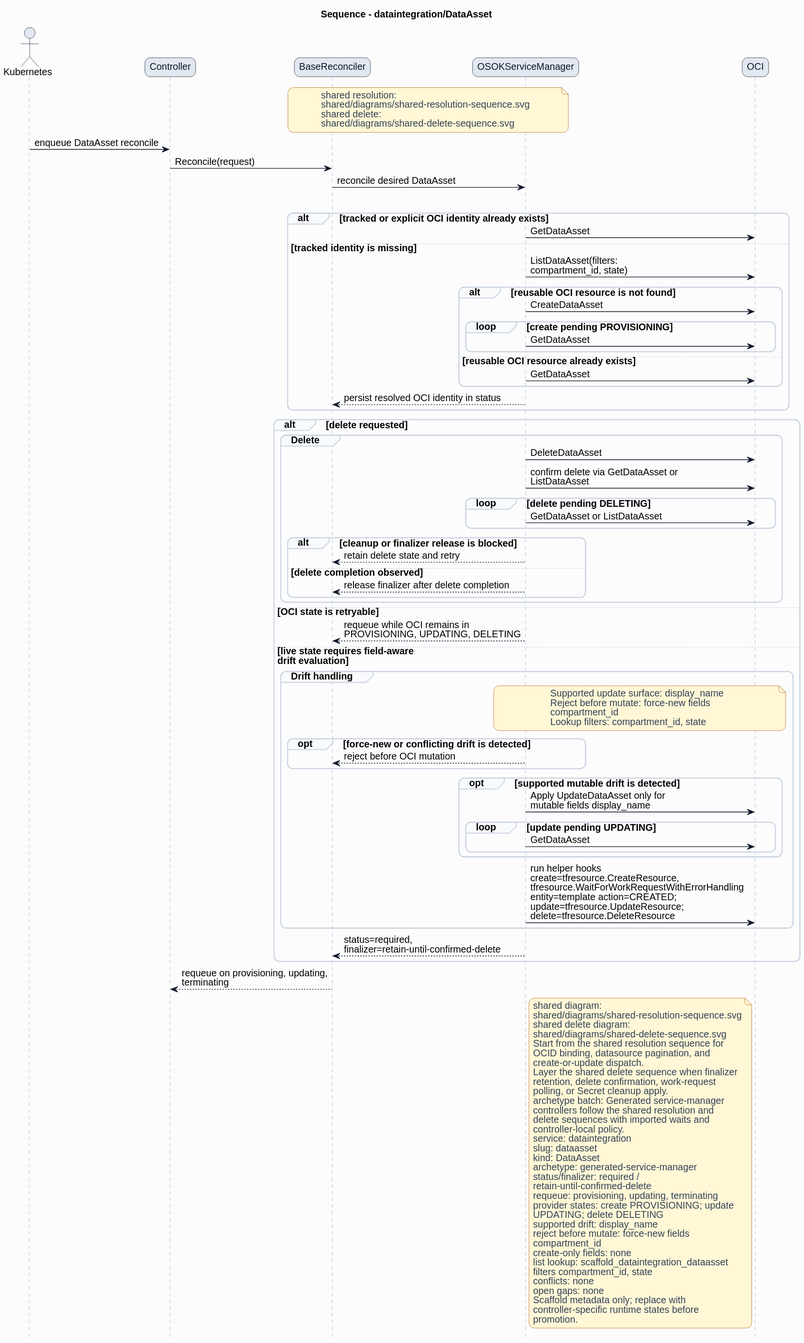
HaoyL666/oci-service-operator keeps this PlantUML diagram as formal/controllers/dataintegration/dataasset/diagrams/sequence.svg. Above is the earlier version. Source of this version:
```plantuml
@startuml
skinparam shadowing false
skinparam backgroundColor #fcfcfd
skinparam defaultFontName Helvetica
skinparam defaultFontSize 14
skinparam arrowColor #0f172a
skinparam noteBackgroundColor #fff7d6
skinparam noteBorderColor #b45309
skinparam noteFontColor #334155
skinparam roundcorner 16
title Sequence - dataintegration/DataAsset
hide footbox
skinparam sequence {
  actorBorderColor #0f172a
  actorBackgroundColor #e2e8f0
  participantBorderColor #0f172a
  participantBackgroundColor #e2e8f0
  participantFontColor #0f172a
  lifeLineBorderColor #94a3b8
  groupBorderColor #cbd5e1
  groupBackgroundColor #f8fafc
}
actor Kubernetes
participant Controller
participant BaseReconciler
participant "OSOKServiceManager" as ServiceManager
participant OCI
note over BaseReconciler,ServiceManager
shared resolution:
shared/diagrams/shared-resolution-sequence.svg
shared delete:
shared/diagrams/shared-delete-sequence.svg
end note
Kubernetes -> Controller: enqueue DataAsset reconcile
Controller -> BaseReconciler: Reconcile(request)
BaseReconciler -> ServiceManager: reconcile desired DataAsset
group Lookup and bind
alt tracked or explicit OCI identity already exists
ServiceManager -> OCI: GetDataAsset
else tracked identity is missing
ServiceManager -> OCI: ListDataAsset(filters:\ncompartment_id, state)
alt reusable OCI resource is not found
ServiceManager -> OCI: CreateDataAsset
loop create pending PROVISIONING
ServiceManager -> OCI: GetDataAsset
end
else reusable OCI resource already exists
ServiceManager -> OCI: GetDataAsset
end
ServiceManager --> BaseReconciler: persist resolved OCI identity in status
end
alt delete requested
group Delete
ServiceManager -> OCI: DeleteDataAsset
ServiceManager -> OCI: confirm delete via GetDataAsset or\nListDataAsset
loop delete pending DELETING
ServiceManager -> OCI: GetDataAsset or ListDataAsset
end
alt cleanup or finalizer release is blocked
ServiceManager --> BaseReconciler: retain delete state and retry
else delete completion observed
ServiceManager --> BaseReconciler: release finalizer after delete completion
end
end
else OCI state is retryable
ServiceManager --> BaseReconciler: requeue while OCI remains in\nPROVISIONING, UPDATING, DELETING
else live state requires field-aware\ndrift evaluation
group Drift handling
note over ServiceManager,OCI
Supported update surface: display_name
Reject before mutate: force-new fields
compartment_id
Lookup filters: compartment_id, state
end note
opt force-new or conflicting drift is detected
ServiceManager --> BaseReconciler: reject before OCI mutation
end
opt supported mutable drift is detected
ServiceManager -> OCI: Apply UpdateDataAsset only for\nmutable fields display_name
loop update pending UPDATING
ServiceManager -> OCI: GetDataAsset
end
end
ServiceManager -> OCI: run helper hooks\ncreate=tfresource.CreateResource,\ntfresource.WaitForWorkRequestWithErrorHandling\nentity=template action=CREATED;\nupdate=tfresource.UpdateResource;\ndelete=tfresource.DeleteResource
end
ServiceManager --> BaseReconciler: status=required,\nfinalizer=retain-until-confirmed-delete
end
BaseReconciler --> Controller: requeue on provisioning, updating,\nterminating
note right of ServiceManager
shared diagram:
shared/diagrams/shared-resolution-sequence.svg
shared delete diagram:
shared/diagrams/shared-delete-sequence.svg
Start from the shared resolution sequence for
OCID binding, datasource pagination, and
create-or-update dispatch.
Layer the shared delete sequence when finalizer
retention, delete confirmation, work-request
polling, or Secret cleanup apply.
archetype batch: Generated service-manager
controllers follow the shared resolution and
delete sequences with imported waits and
controller-local policy.
service: dataintegration
slug: dataasset
kind: DataAsset
archetype: generated-service-manager
status/finalizer: required /
retain-until-confirmed-delete
requeue: provisioning, updating, terminating
provider states: create PROVISIONING; update
UPDATING; delete DELETING
supported drift: display_name
reject before mutate: force-new fields
compartment_id
create-only fields: none
list lookup: scaffold_dataintegration_dataasset
filters compartment_id, state
conflicts: none
open gaps: none
Scaffold metadata only; replace with
controller-specific runtime states before
promotion.
end note
@enduml
```
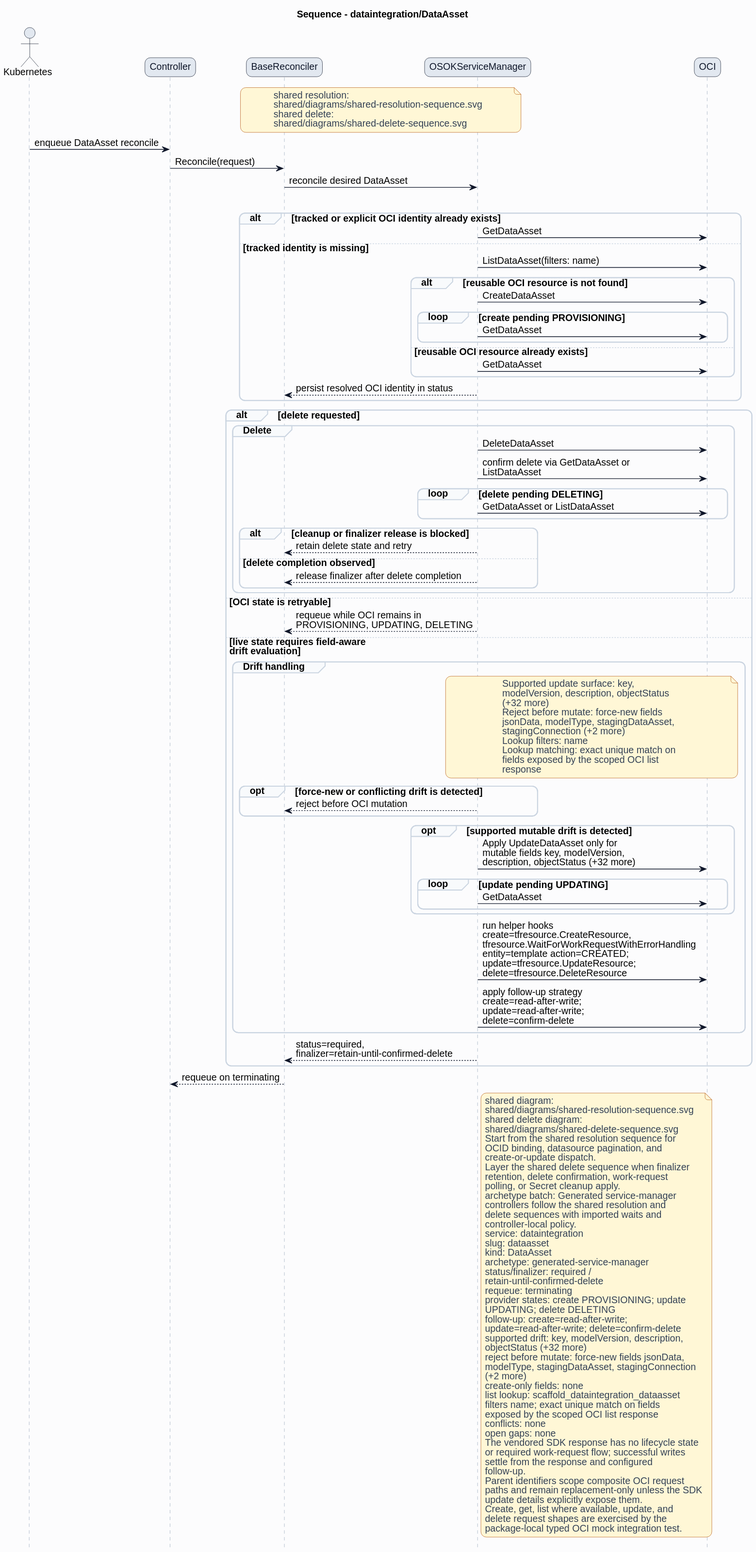
After the change.

Diff of the diagram source:
```diff
@@ -38,7 +38,7 @@
 alt tracked or explicit OCI identity already exists
 ServiceManager -> OCI: GetDataAsset
 else tracked identity is missing
-ServiceManager -> OCI: ListDataAsset(filters:\ncompartment_id, state)
+ServiceManager -> OCI: ListDataAsset(filters: name)
 alt reusable OCI resource is not found
 ServiceManager -> OCI: CreateDataAsset
 loop create pending PROVISIONING
@@ -67,25 +67,32 @@
 else live state requires field-aware\ndrift evaluation
 group Drift handling
 note over ServiceManager,OCI
-Supported update surface: display_name
+Supported update surface: key,
+modelVersion, description, objectStatus
+(+32 more)
 Reject before mutate: force-new fields
-compartment_id
-Lookup filters: compartment_id, state
+jsonData, modelType, stagingDataAsset,
+stagingConnection (+2 more)
+Lookup filters: name
+Lookup matching: exact unique match on
+fields exposed by the scoped OCI list
+response
 end note
 opt force-new or conflicting drift is detected
 ServiceManager --> BaseReconciler: reject before OCI mutation
 end
 opt supported mutable drift is detected
-ServiceManager -> OCI: Apply UpdateDataAsset only for\nmutable fields display_name
+ServiceManager -> OCI: Apply UpdateDataAsset only for\nmutable fields key, modelVersion,\ndescription, objectStatus (+32 more)
 loop update pending UPDATING
 ServiceManager -> OCI: GetDataAsset
 end
 end
 ServiceManager -> OCI: run helper hooks\ncreate=tfresource.CreateResource,\ntfresource.WaitForWorkRequestWithErrorHandling\nentity=template action=CREATED;\nupdate=tfresource.UpdateResource;\ndelete=tfresource.DeleteResource
+ServiceManager -> OCI: apply follow-up strategy\ncreate=read-after-write;\nupdate=read-after-write;\ndelete=confirm-delete
 end
 ServiceManager --> BaseReconciler: status=required,\nfinalizer=retain-until-confirmed-delete
 end
-BaseReconciler --> Controller: requeue on provisioning, updating,\nterminating
+BaseReconciler --> Controller: requeue on terminating
 note right of ServiceManager
 shared diagram:
 shared/diagrams/shared-resolution-sequence.svg
@@ -107,19 +114,31 @@
 archetype: generated-service-manager
 status/finalizer: required /
 retain-until-confirmed-delete
-requeue: provisioning, updating, terminating
+requeue: terminating
 provider states: create PROVISIONING; update
 UPDATING; delete DELETING
-supported drift: display_name
-reject before mutate: force-new fields
-compartment_id
+follow-up: create=read-after-write;
+update=read-after-write; delete=confirm-delete
+supported drift: key, modelVersion, description,
+objectStatus (+32 more)
+reject before mutate: force-new fields jsonData,
+modelType, stagingDataAsset, stagingConnection
+(+2 more)
 create-only fields: none
 list lookup: scaffold_dataintegration_dataasset
-filters compartment_id, state
+filters name; exact unique match on fields
+exposed by the scoped OCI list response
 conflicts: none
 open gaps: none
-Scaffold metadata only; replace with
-controller-specific runtime states before
-promotion.
+The vendored SDK response has no lifecycle state
+or required work-request flow; successful writes
+settle from the response and configured
+follow-up.
+Parent identifiers scope composite OCI request
+paths and remain replacement-only unless the SDK
+update details explicitly expose them.
+Create, get, list where available, update, and
+delete request shapes are exercised by the
+package-local typed OCI mock integration test.
 end note
 @enduml
```
